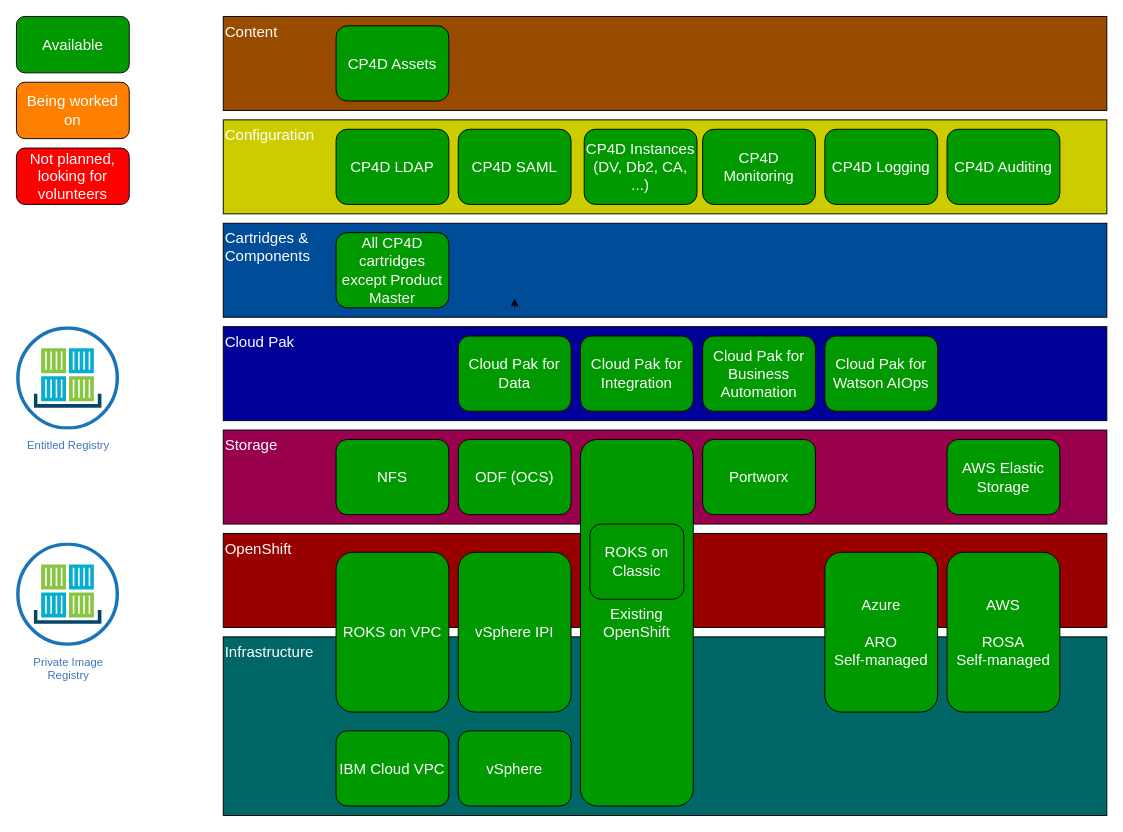
This is docs/src/01-introduction/images/cp-deploy-current-state.drawio from CloudPakDeployerDev/cloud-pak-deployer-dev, a draw.io file, before an edit. Source tidied: cells renumbered, new cells numbered last; positions are measured from the earlier drawing's top-left corner, leaving out a move shared by most shapes. Both pictures are drawn from the tidied source at 94%, with x=0, y=0 at pixel (16, 16).
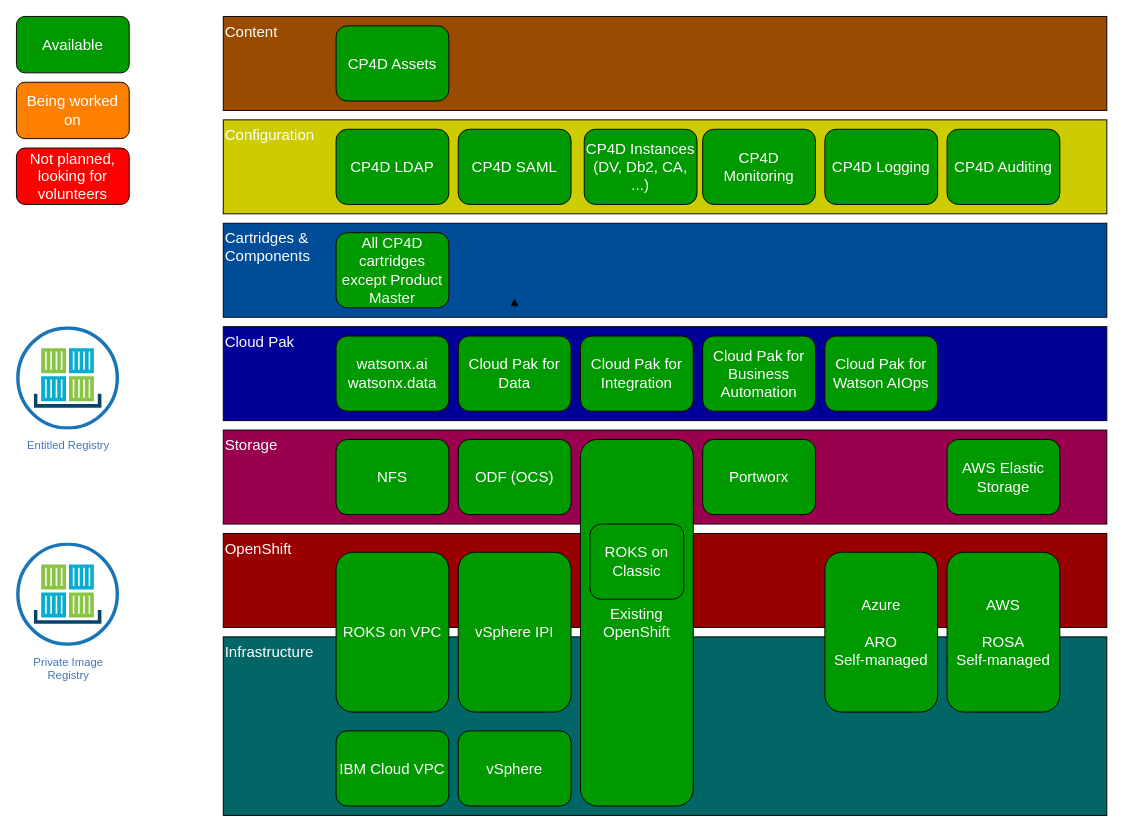
Above is the later version.

Commit message (it also covers changes not shown here):
#581 Add watsonx.ai to current state

The edit, as a diff of the source:
```diff
@@
+    <mxCell id="45" value="Cloud Pak for Data" style="rounded=1;whiteSpace=wrap;html=1;fontSize=16;fontColor=#FFFFFF;fillColor=#009900;align=center;verticalAlign=middle;" parent="1" vertex="1">
+      <mxGeometry x="470" y="340" width="120" height="80" as="geometry" />
+    </mxCell>
@@
-    <mxCell id="31" value="Cloud Pak for Data" style="rounded=1;whiteSpace=wrap;html=1;fontSize=16;fontColor=#FFFFFF;fillColor=#009900;align=center;verticalAlign=middle;" parent="30" vertex="1">
-      <mxGeometry x="470" y="340" width="120" height="80" as="geometry" />
+    <mxCell id="31" value="watsonx.ai&lt;br&gt;watsonx.data" style="rounded=1;whiteSpace=wrap;html=1;fontSize=16;fontColor=#FFFFFF;fillColor=#009900;align=center;verticalAlign=middle;" parent="30" vertex="1">
+      <mxGeometry x="340" y="340" width="120" height="80" as="geometry" />
     </mxCell>
```
